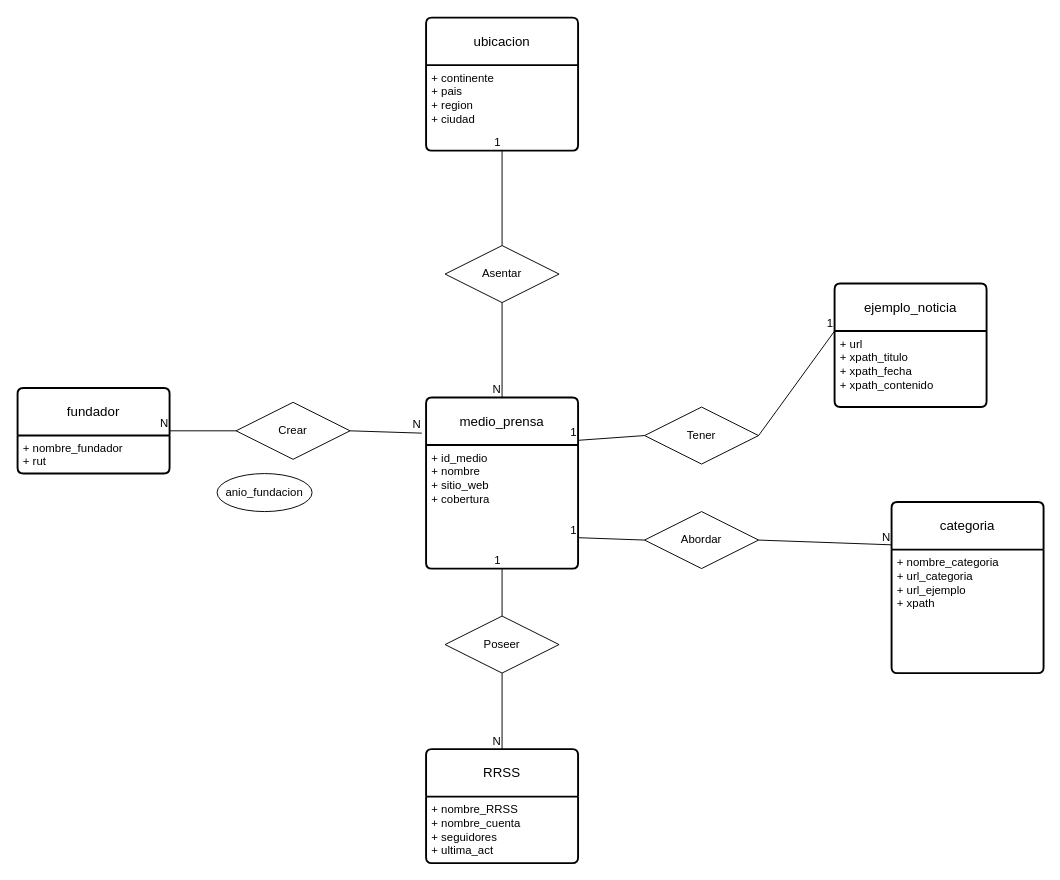
Before: ParteA/ER_medio_prensa.drawio in angelonico/INFO133-equipo18, a draw.io diagram. Source tidied: cells renumbered, new cells numbered last; positions are measured from the earlier drawing's top-left corner, leaving out a move shared by most shapes. Both pictures are drawn from the tidied source at 95%, with x=0, y=0 at pixel (17, 17).
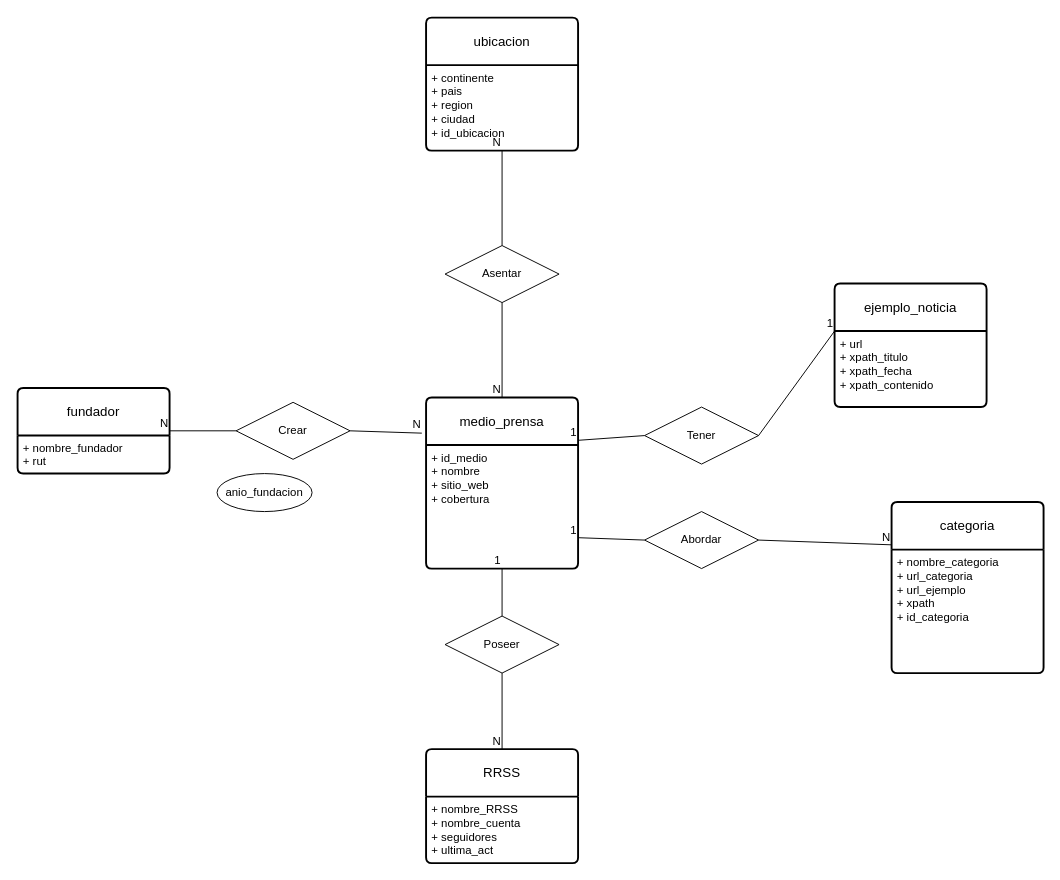
Above is the later version.

Commit message:
Actualizacion modelo entidad-relacion

Unchanged cells that the change refers to:
```xml
<mxCell id="25" value="ubicacion" style="swimlane;horizontal=1;startSize=50;rounded=1;fontSize=14;fontStyle=0;strokeWidth=2;shadow=0;dashed=0;align=center;arcSize=4;whiteSpace=wrap;html=1;" parent="1" vertex="1">
  <mxGeometry x="430" width="160" height="140" as="geometry" />
</mxCell>
<mxCell id="30" style="endArrow=none;html=1;rounded=0;entryX=0.5;entryY=1;entryDx=0;entryDy=0;exitX=0.5;exitY=0;exitDx=0;exitDy=0;" parent="1" edge="1" source="27" target="26">
  <mxGeometry relative="1" as="geometry" />
</mxCell>
<mxCell id="32" value="categoria" style="swimlane;horizontal=1;startSize=50;rounded=1;fontSize=14;fontStyle=0;strokeWidth=2;shadow=0;dashed=0;align=center;arcSize=4;whiteSpace=wrap;html=1;" parent="1" vertex="1">
  <mxGeometry x="920" y="510" width="160" height="180" as="geometry" />
</mxCell>
```

The edit, as a diff of the source:
```diff
@@
-    <mxCell id="26" value="+ continente&lt;br&gt;+ pais&lt;br&gt;+ region&lt;br&gt;+ ciudad" style="align=left;strokeColor=none;fillColor=none;spacingLeft=4;fontSize=12;verticalAlign=top;html=1;" parent="25" vertex="1">
+    <mxCell id="26" value="+ continente&lt;br&gt;+ pais&lt;br&gt;+ region&lt;br&gt;&lt;div&gt;+ ciudad&lt;/div&gt;&lt;div&gt;+ id_ubicacion&lt;br&gt;&lt;/div&gt;" style="align=left;strokeColor=none;fillColor=none;spacingLeft=4;fontSize=12;verticalAlign=top;html=1;" parent="25" vertex="1">
       <mxGeometry y="50" width="160" height="90" as="geometry" />
     </mxCell>
@@
-    <mxCell id="31" value="1" style="html=1;whiteSpace=wrap;align=right;verticalAlign=bottom;" parent="30" vertex="1">
+    <mxCell id="31" value="N" style="html=1;whiteSpace=wrap;align=right;verticalAlign=bottom;" parent="30" vertex="1">
       <mxGeometry x="1" relative="1" as="geometry" />
     </mxCell>
@@
-    <mxCell id="33" value="+ nombre_categoria&lt;br&gt;+ url_categoria&lt;br&gt;+ url_ejemplo&lt;br&gt;+ xpath" style="align=left;strokeColor=none;fillColor=none;spacingLeft=4;fontSize=12;verticalAlign=top;html=1;" parent="32" vertex="1">
+    <mxCell id="33" value="+ nombre_categoria&lt;br&gt;+ url_categoria&lt;br&gt;+ url_ejemplo&lt;br&gt;&lt;div&gt;+ xpath&lt;/div&gt;&lt;div&gt;+ id_categoria&lt;br&gt;&lt;/div&gt;" style="align=left;strokeColor=none;fillColor=none;spacingLeft=4;fontSize=12;verticalAlign=top;html=1;" parent="32" vertex="1">
       <mxGeometry y="50" width="160" height="130" as="geometry" />
     </mxCell>
```
